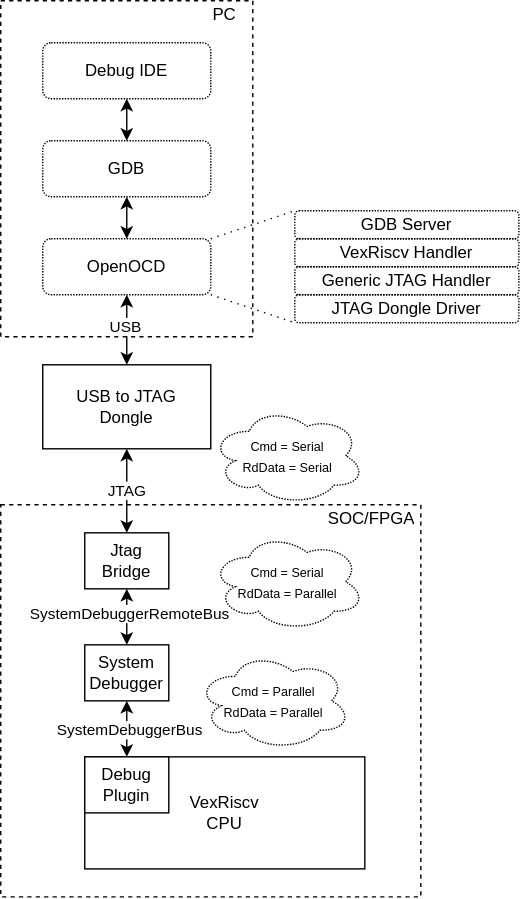
Before: assets/vexriscv_ocd/vexriscv_ocd-ide_to_cpu_data_flow.svg, a diagram exported from draw.io (tomverbeure/tomverbeure.github.io). Source tidied: cells renumbered, new cells last; positions are measured from the earlier drawing's top-left corner, leaving out a move shared by most shapes.
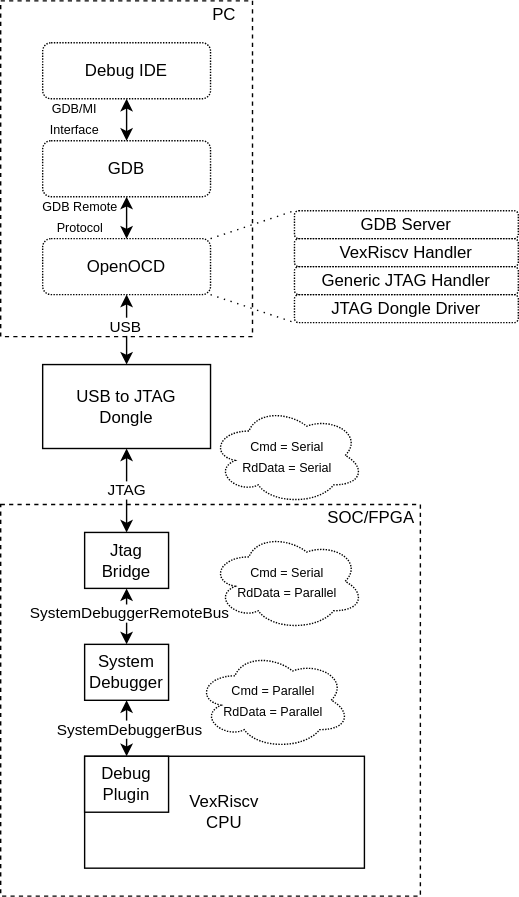
After the commit.

Commit message:
Add GDB protocol names.

Change to the diagram source:
```diff
@@ -94,5 +94,11 @@
     <mxCell id="31" style="endArrow=none;dashed=1;html=1;exitX=1;exitY=1;exitDx=0;exitDy=0;entryX=0;entryY=1;entryDx=0;entryDy=0;dashPattern=1 4;" parent="1" edge="1" source="17" target="27">
       <mxGeometry relative="1" as="geometry" />
     </mxCell>
+    <mxCell id="32" value="&lt;font style=&quot;font-size: 9px&quot;&gt;GDB Remote Protocol&lt;/font&gt;" style="text;html=1;strokeColor=none;fillColor=none;align=center;verticalAlign=middle;whiteSpace=wrap;rounded=0;dashed=1;dashPattern=1 1;" parent="1" vertex="1">
+      <mxGeometry x="12" y="144" width="90" height="20" as="geometry" />
+    </mxCell>
+    <mxCell id="33" value="&lt;font style=&quot;font-size: 9px&quot;&gt;GDB/MI&lt;br&gt;Interface&lt;br&gt;&lt;/font&gt;" style="text;html=1;strokeColor=none;fillColor=none;align=center;verticalAlign=middle;whiteSpace=wrap;rounded=0;dashed=1;dashPattern=1 1;" parent="1" vertex="1">
+      <mxGeometry x="8" y="74" width="90" height="20" as="geometry" />
+    </mxCell>
   </root>
 </mxGraphModel>
```
